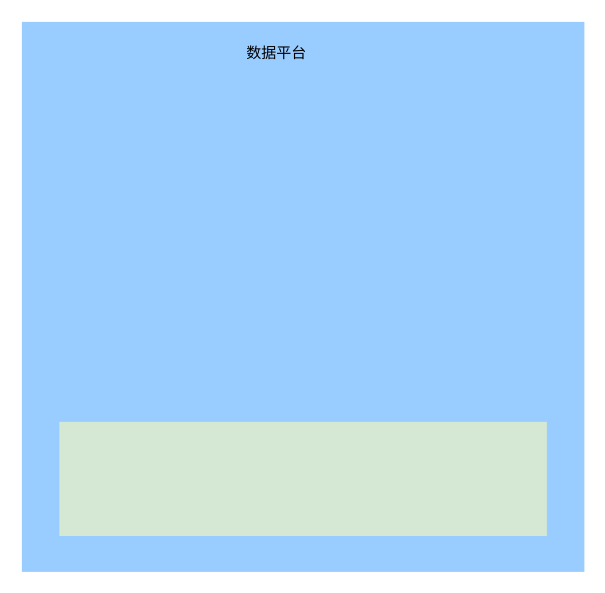
This is 数据检索与维修数据服/未命名绘图.drawio from DemonHan/KuickBuy, a draw.io file, before an edit. Source tidied: cells renumbered, new cells numbered last; positions are measured from the earlier drawing's top-left corner, leaving out a move shared by most shapes. Both pictures are drawn from the tidied source at 125%, with x=0, y=0 at pixel (21, 21).
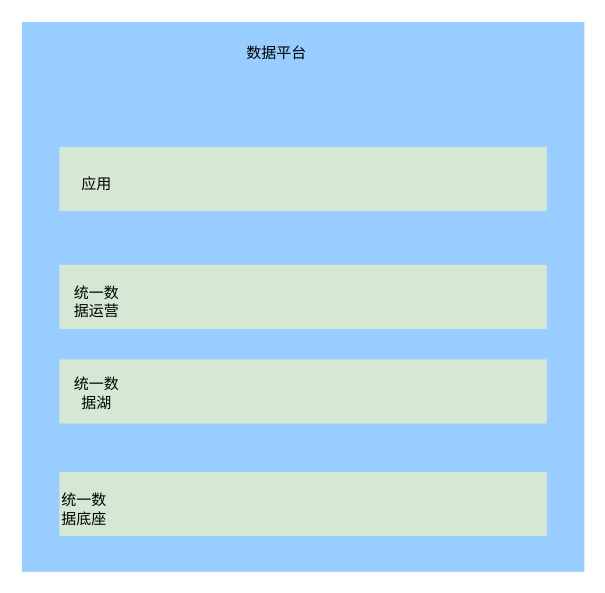
The same page after the edit.

Commit message (it also covers changes not shown here):
更新未命名绘图.drawio

The edit, as a diff of the source:
```diff
@@
 <mxGraphModel>
   <root>
     <mxCell id="0" />
     <mxCell id="1" parent="0" />
     <mxCell id="2" style="rounded=0;whiteSpace=wrap;html=1;fillColor=#99CCFF;strokeColor=none;" parent="1" vertex="1">
       <mxGeometry width="450" height="440" as="geometry" />
     </mxCell>
     <mxCell id="3" style="rounded=0;whiteSpace=wrap;html=1;fillColor=#d5e8d4;strokeColor=none;" parent="1" vertex="1">
-      <mxGeometry x="30" y="320" width="390" height="91.3" as="geometry" />
+      <mxGeometry x="30" y="360" width="390" height="51.3" as="geometry" />
     </mxCell>
     <mxCell id="4" value="数据平台" style="text;html=1;align=center;verticalAlign=middle;whiteSpace=wrap;rounded=0;" parent="1" vertex="1">
       <mxGeometry x="174" y="10" width="60" height="30" as="geometry" />
     </mxCell>
+    <mxCell id="5" value="统一数据底座" style="text;html=1;align=center;verticalAlign=middle;whiteSpace=wrap;rounded=0;" parent="1" vertex="1">
+      <mxGeometry x="30" y="360" width="40" height="60" as="geometry" />
+    </mxCell>
+    <mxCell id="6" style="rounded=0;whiteSpace=wrap;html=1;fillColor=#d5e8d4;strokeColor=none;" parent="1" vertex="1">
+      <mxGeometry x="30" y="270" width="390" height="51.3" as="geometry" />
+    </mxCell>
+    <mxCell id="7" value="统一数据湖" style="text;html=1;align=center;verticalAlign=middle;whiteSpace=wrap;rounded=0;" parent="1" vertex="1">
+      <mxGeometry x="40" y="267.3" width="40" height="60" as="geometry" />
+    </mxCell>
+    <mxCell id="8" style="rounded=0;whiteSpace=wrap;html=1;fillColor=#d5e8d4;strokeColor=none;" parent="1" vertex="1">
+      <mxGeometry x="30" y="194.4" width="390" height="51.3" as="geometry" />
+    </mxCell>
+    <mxCell id="9" value="统一数据运营" style="text;html=1;align=center;verticalAlign=middle;whiteSpace=wrap;rounded=0;" parent="1" vertex="1">
+      <mxGeometry x="40" y="194.4" width="40" height="60" as="geometry" />
+    </mxCell>
+    <mxCell id="10" style="rounded=0;whiteSpace=wrap;html=1;fillColor=#d5e8d4;strokeColor=none;" parent="1" vertex="1">
+      <mxGeometry x="30" y="100" width="390" height="51.3" as="geometry" />
+    </mxCell>
+    <mxCell id="11" value="应用" style="text;html=1;align=center;verticalAlign=middle;whiteSpace=wrap;rounded=0;" parent="1" vertex="1">
+      <mxGeometry x="40" y="100" width="40" height="60" as="geometry" />
+    </mxCell>
   </root>
 </mxGraphModel>
```
